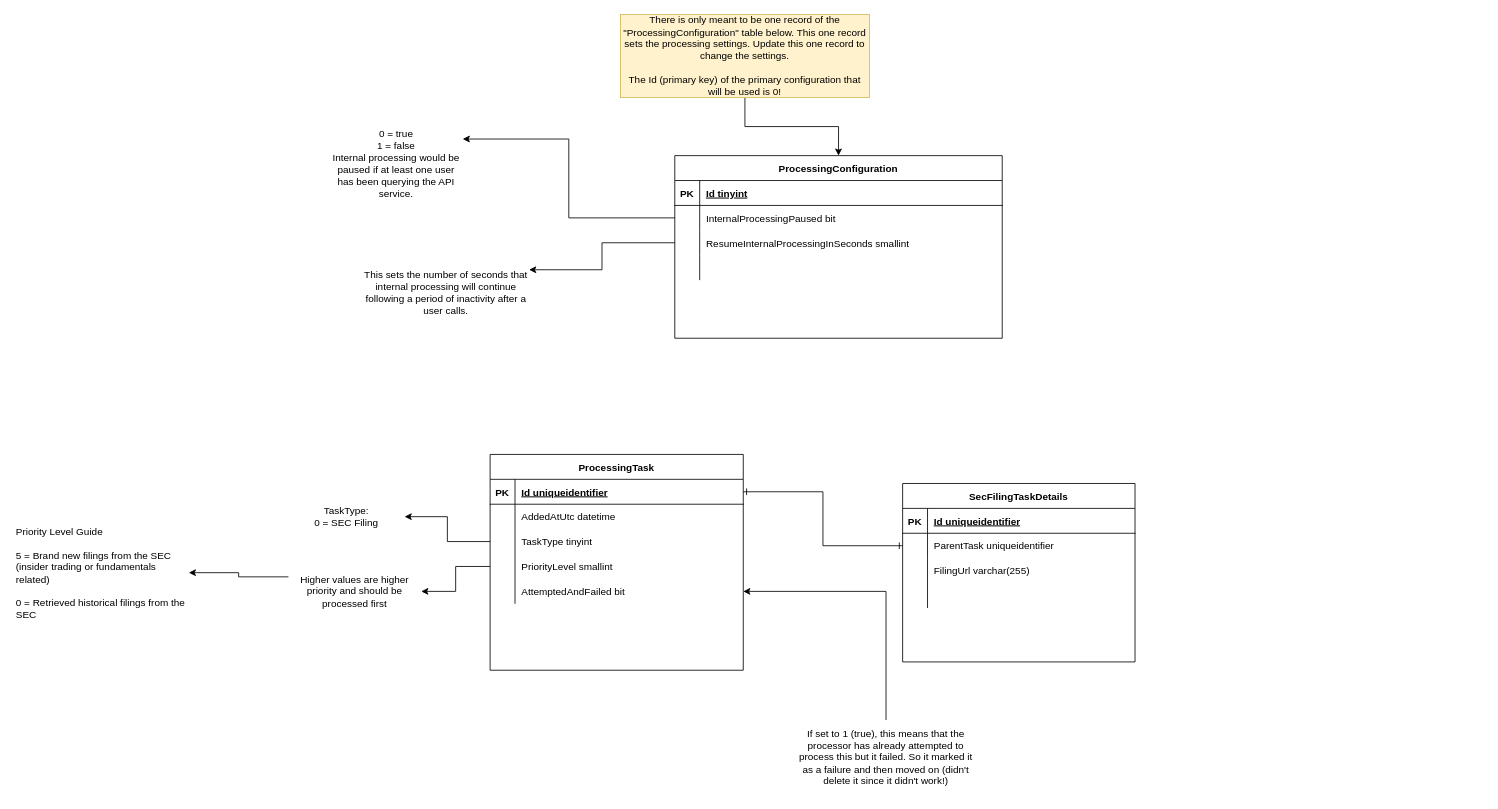
This is AletheiaProcessingQueueErd.drawio from TimHanewich/Aletheia-Engine-Library, a draw.io file, before an edit. Source tidied: cells renumbered, new cells numbered last; positions are measured from the earlier drawing's top-left corner, leaving out a move shared by most shapes. Both pictures are drawn from the tidied source at 83%, with x=0, y=0 at pixel (14, 14).
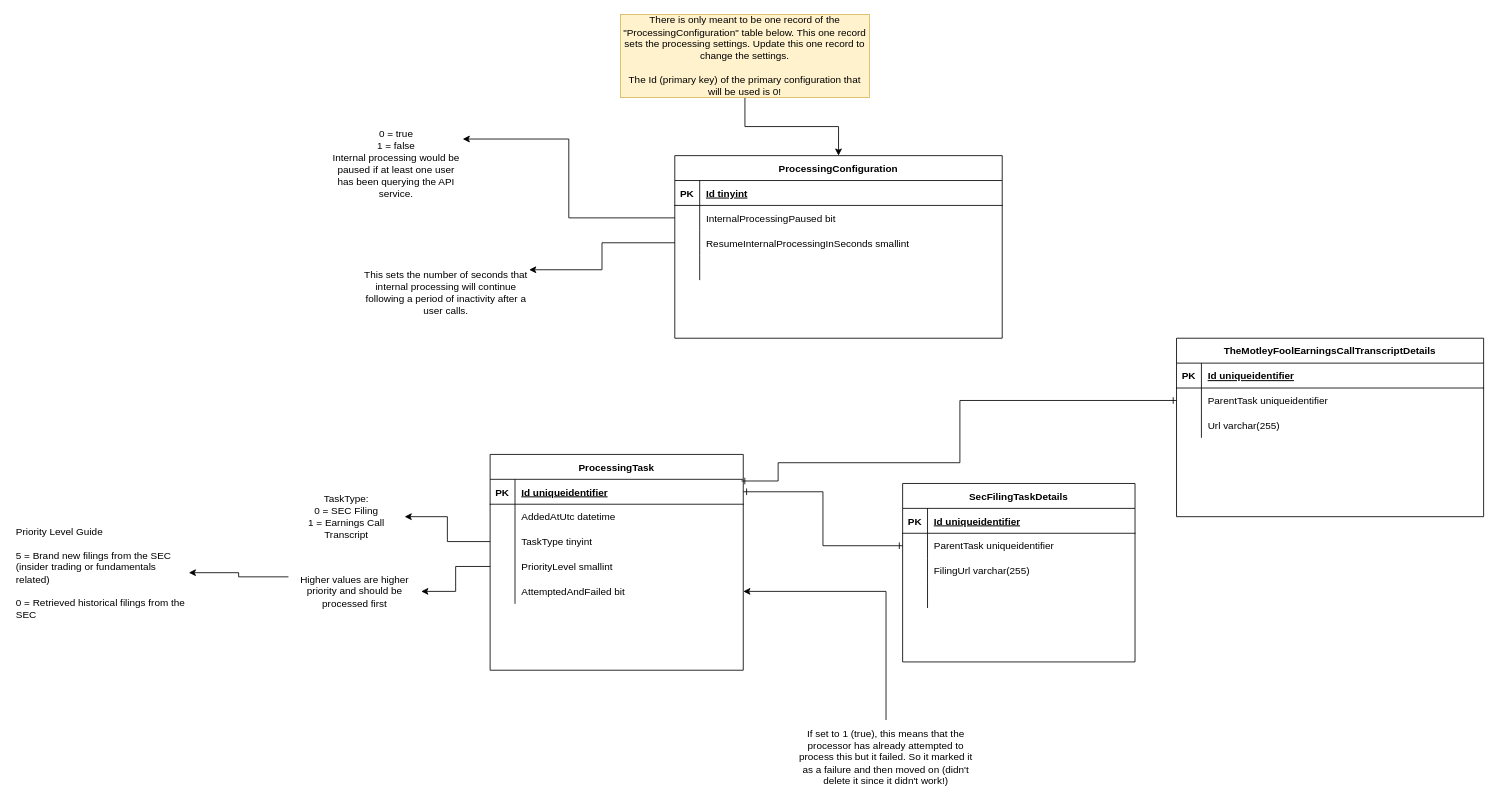
The same page after the edit.

Commit message:
Added TMF transcript processing task

Unchanged cells that the change refers to:
```xml
<mxCell id="3" style="shape=partialRectangle;fillColor=none;top=0;left=0;bottom=1;right=0;points=[[0,0.5],[1,0.5]];portConstraint=eastwest;" parent="2" vertex="1">
  <mxGeometry y="30" width="305" height="30" as="geometry" />
</mxCell>
```

Change to the diagram source:
```diff
@@
-    <mxCell id="18" value="TaskType:&lt;br&gt;0 = SEC Filing" style="text;html=1;strokeColor=none;fillColor=none;align=center;verticalAlign=middle;whiteSpace=wrap;rounded=0;" parent="1" vertex="1">
+    <mxCell id="18" value="TaskType:&lt;br&gt;0 = SEC Filing&lt;br&gt;1 = Earnings Call Transcript" style="text;html=1;strokeColor=none;fillColor=none;align=center;verticalAlign=middle;whiteSpace=wrap;rounded=0;" parent="1" vertex="1">
       <mxGeometry x="330" y="570" width="140" height="70" as="geometry" />
     </mxCell>
@@
+    <mxCell id="59" value="TheMotleyFoolEarningsCallTranscriptDetails" style="shape=table;startSize=30;childLayout=tableLayout;rowLines=0;fontStyle=1;align=center;" parent="1" vertex="1">
+      <mxGeometry x="1400" y="390" width="370" height="215" as="geometry" />
+    </mxCell>
+    <mxCell id="60" style="shape=partialRectangle;fillColor=none;top=0;left=0;bottom=1;right=0;" parent="59" vertex="1">
+      <mxGeometry y="30" width="370" height="30" as="geometry" />
+    </mxCell>
+    <mxCell id="61" value="PK" style="shape=partialRectangle;fillColor=none;top=0;left=0;bottom=0;right=0;fontStyle=1;overflow=hidden;" parent="60" vertex="1">
+      <mxGeometry width="30" height="30" as="geometry" />
+    </mxCell>
+    <mxCell id="62" value="Id uniqueidentifier" style="shape=partialRectangle;fillColor=none;top=0;left=0;bottom=0;right=0;align=left;spacingLeft=6;fontStyle=5;overflow=hidden;" parent="60" vertex="1">
+      <mxGeometry x="30" width="340" height="30" as="geometry" />
+    </mxCell>
+    <mxCell id="63" style="shape=partialRectangle;fillColor=none;top=0;left=0;bottom=0;right=0;points=[[0,0.5],[1,0.5]];portConstraint=eastwest;" parent="59" vertex="1">
+      <mxGeometry y="60" width="370" height="30" as="geometry" />
+    </mxCell>
+    <mxCell id="64" style="shape=partialRectangle;fillColor=none;top=0;left=0;bottom=0;right=0;overflow=hidden;" parent="63" vertex="1">
+      <mxGeometry width="30" height="30" as="geometry" />
+    </mxCell>
+    <mxCell id="65" value="ParentTask uniqueidentifier" style="shape=partialRectangle;fillColor=none;top=0;left=0;bottom=0;right=0;align=left;spacingLeft=6;overflow=hidden;" parent="63" vertex="1">
+      <mxGeometry x="30" width="340" height="30" as="geometry" />
+    </mxCell>
+    <mxCell id="66" style="shape=partialRectangle;fillColor=none;top=0;left=0;bottom=0;right=0;" parent="59" vertex="1">
+      <mxGeometry y="90" width="370" height="30" as="geometry" />
+    </mxCell>
+    <mxCell id="67" style="shape=partialRectangle;fillColor=none;top=0;left=0;bottom=0;right=0;overflow=hidden;" parent="66" vertex="1">
+      <mxGeometry width="30" height="30" as="geometry" />
+    </mxCell>
+    <mxCell id="68" value="Url varchar(255)" style="shape=partialRectangle;fillColor=none;top=0;left=0;bottom=0;right=0;align=left;spacingLeft=6;overflow=hidden;" parent="66" vertex="1">
+      <mxGeometry x="30" width="340" height="30" as="geometry" />
+    </mxCell>
+    <mxCell id="69" style="edgeStyle=orthogonalEdgeStyle;rounded=0;jettySize=auto;html=1;exitX=0;exitY=0.5;exitDx=0;exitDy=0;entryX=0.993;entryY=0.067;entryDx=0;entryDy=0;entryPerimeter=0;endArrow=ERone;endFill=0;startArrow=ERone;startFill=0;" parent="1" edge="1" source="63" target="3">
+      <mxGeometry relative="1" as="geometry">
+        <Array as="points">
+          <mxPoint x="1139" y="465" />
+          <mxPoint x="1139" y="540" />
+          <mxPoint x="920" y="540" />
+          <mxPoint x="920" y="562" />
+        </Array>
+      </mxGeometry>
+    </mxCell>
```
